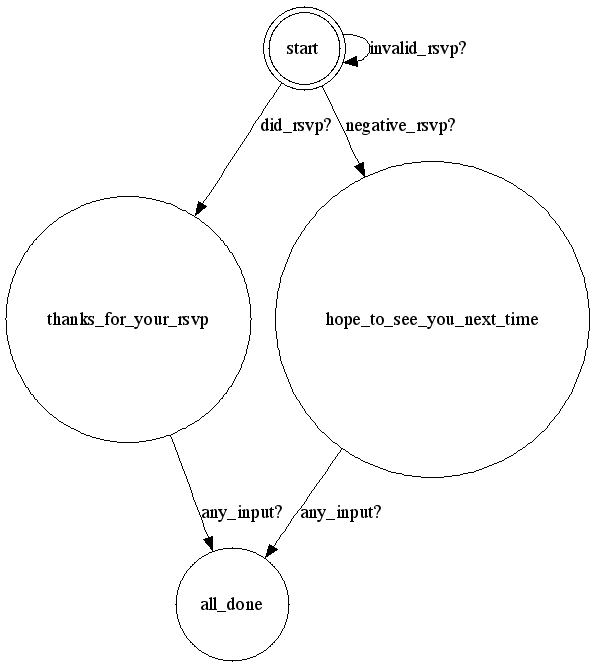
Before: public/workflows/rsvp.png, a diagram exported from Graphviz (kyleburton/twilio-in-ten-minutes). Its source is kept beside it as public/workflows/rsvp.dot.
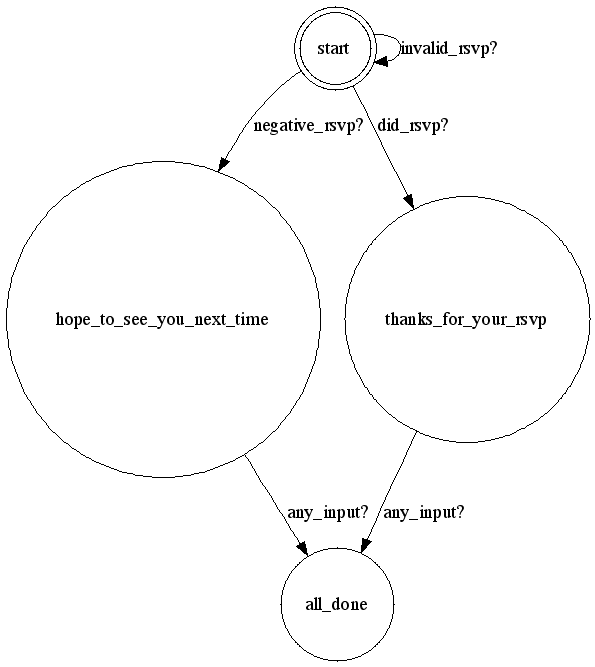
The same diagram one commit later.

Commit message:
example workflow

The edit, as a diff of the source:
```diff
@@ -1,11 +1,11 @@
 digraph {
-  "all_done" [ shape = circle ];
+  "hope_to_see_you_next_time" [ shape = circle ];
+  "hope_to_see_you_next_time" -> "all_done" [ label = "any_input?" ];
   "start" [ shape = doublecircle ];
   "start" -> "start" [ label = "invalid_rsvp?" ];
   "start" -> "thanks_for_your_rsvp" [ label = "did_rsvp?" ];
   "start" -> "hope_to_see_you_next_time" [ label = "negative_rsvp?" ];
+  "all_done" [ shape = circle ];
   "thanks_for_your_rsvp" [ shape = circle ];
   "thanks_for_your_rsvp" -> "all_done" [ label = "any_input?" ];
-  "hope_to_see_you_next_time" [ shape = circle ];
-  "hope_to_see_you_next_time" -> "all_done" [ label = "any_input?" ];
 }
```
